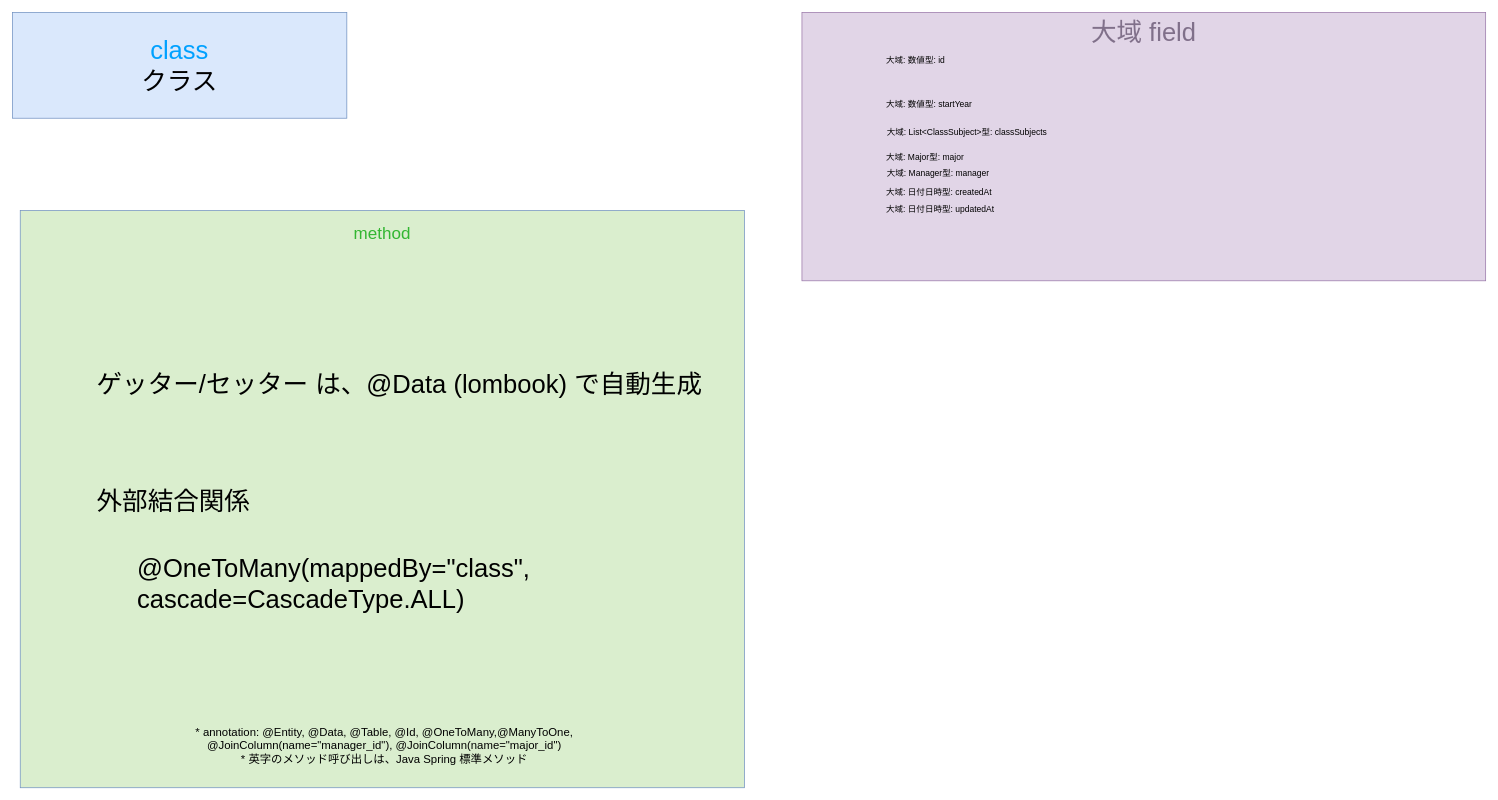
Before: gijigengo/model/entity/seiseki_manage_sys model_entity ClassEntity クラス 疑似言語.drawio in tro319/seiseki_manage_sys, a draw.io diagram. Source tidied: cells renumbered, new cells numbered last; positions are measured from the earlier drawing's top-left corner, leaving out a move shared by most shapes. Both pictures are drawn from the tidied source at 71%, with x=0, y=0 at pixel (12, 12).
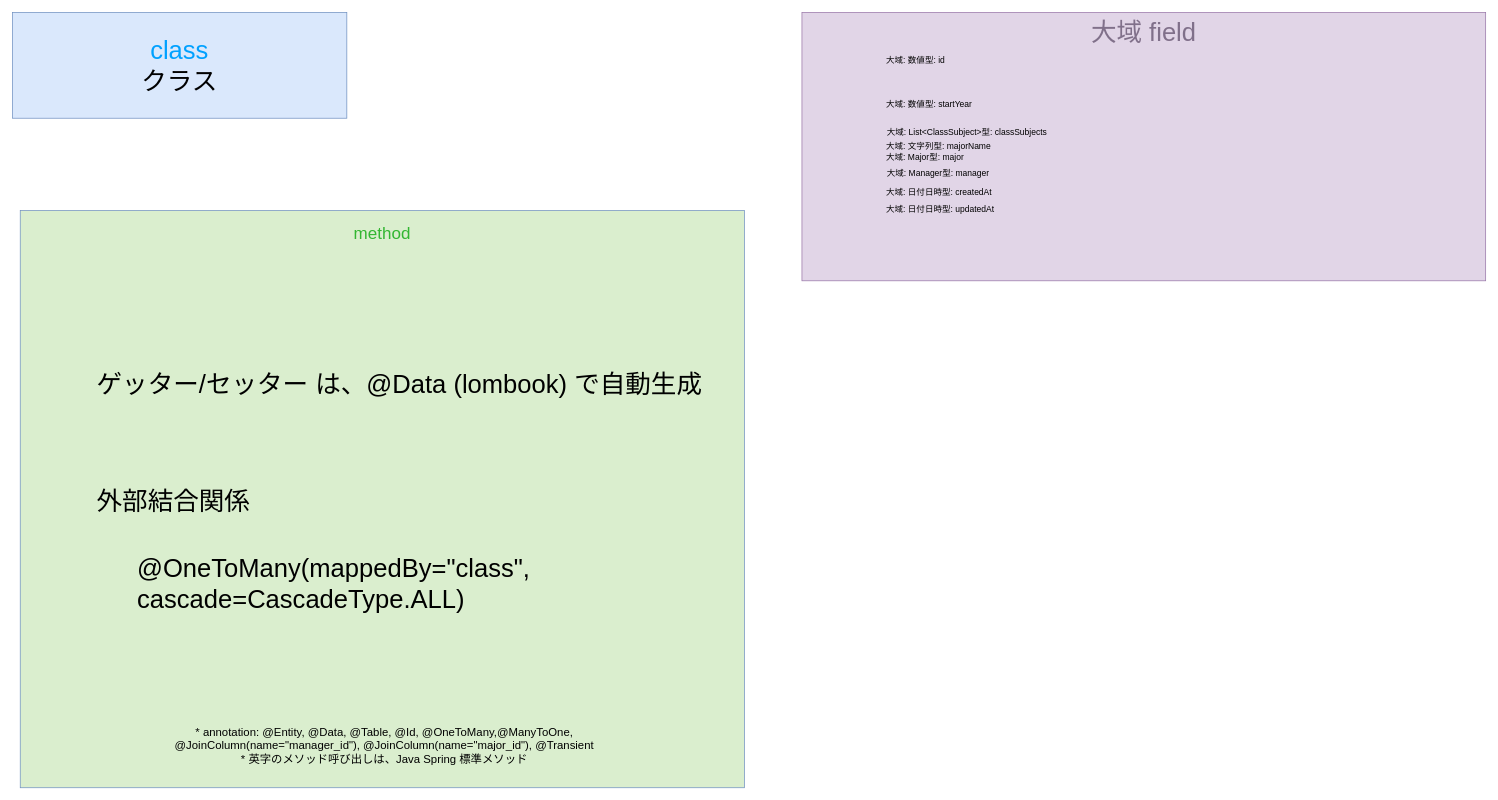
After the change.

Diff of the diagram source:
```diff
@@
 <mxGraphModel>
   <root>
     <mxCell id="0" />
     <mxCell id="1" parent="0" />
     <mxCell id="2" value="&lt;div&gt;&lt;span style=&quot;color: rgb(0, 161, 255);&quot;&gt;class&lt;/span&gt;&lt;/div&gt;&lt;div&gt;クラス&lt;/div&gt;" style="text;html=1;whiteSpace=wrap;strokeColor=#6c8ebf;fillColor=#dae8fc;align=center;verticalAlign=middle;rounded=0;fontSize=36;" parent="1" vertex="1">
       <mxGeometry width="471" height="149" as="geometry" />
     </mxCell>
     <mxCell id="3" value="&lt;div&gt;&lt;font style=&quot;font-size: 24px;&quot;&gt;&lt;span style=&quot;color: rgb(50, 182, 49);&quot;&gt;&lt;span style=&quot;&quot;&gt;&lt;span style=&quot;&quot;&gt;&lt;span&gt;method&lt;/span&gt;&lt;/span&gt;&lt;/span&gt;&lt;/span&gt;&lt;/font&gt;&lt;/div&gt;&lt;div&gt;&lt;font style=&quot;font-size: 24px;&quot;&gt;&lt;span style=&quot;color: rgba(0, 0, 0, 0);&quot;&gt;&lt;span style=&quot;color: rgba(0, 0, 0, 0);&quot;&gt;&lt;span style=&quot;&quot;&gt;&lt;span style=&quot;&quot;&gt;&lt;br&gt;&lt;/span&gt;&lt;/span&gt;&lt;/span&gt;&lt;/span&gt;&lt;/font&gt;&lt;/div&gt;" style="text;html=1;whiteSpace=wrap;strokeColor=#6c8ebf;fillColor=light-dark(#daeece, #214210);align=center;verticalAlign=top;rounded=0;fontSize=36;fontColor=#00A1FF;" parent="1" vertex="1">
       <mxGeometry x="11" y="279" width="1020" height="813" as="geometry" />
     </mxCell>
     <mxCell id="4" value="ゲッター/セッター は、@Data (lombook) で自動生成" style="text;html=1;whiteSpace=wrap;strokeColor=none;fillColor=none;align=left;verticalAlign=middle;rounded=0;fontSize=36;" parent="1" vertex="1">
       <mxGeometry x="116.8" y="508" width="854.5" height="30" as="geometry" />
     </mxCell>
-    <mxCell id="5" value="&lt;div&gt;&lt;br&gt;&lt;/div&gt;&lt;div&gt;&lt;span&gt;&lt;span&gt;&lt;span style=&quot;color: rgb(0, 0, 0);&quot;&gt;&lt;font style=&quot;font-size: 16px;&quot;&gt;* annotation: @Entity,&amp;nbsp;&lt;/font&gt;&lt;/span&gt;&lt;span style=&quot;color: rgb(0, 0, 0);&quot;&gt;&lt;font style=&quot;font-size: 16px;&quot;&gt;@Data, @Table, @Id, @OneToMany,@ManyToOne, @JoinColumn(name=&quot;manager_id&quot;), @JoinColumn(name=&quot;major_id&quot;)&lt;/font&gt;&lt;/span&gt;&lt;/span&gt;&lt;/span&gt;&lt;/div&gt;&lt;div&gt;&lt;span&gt;&lt;span&gt;&lt;span style=&quot;color: rgb(0, 0, 0);&quot;&gt;&lt;font style=&quot;font-size: 16px;&quot;&gt;* 英字のメソッド呼び出しは、Java Spring 標準メソッド&lt;/font&gt;&lt;/span&gt;&lt;/span&gt;&lt;/span&gt;&lt;/div&gt;" style="text;html=1;whiteSpace=wrap;strokeColor=none;fillColor=none;align=center;verticalAlign=middle;rounded=0;" parent="1" vertex="1">
+    <mxCell id="5" value="&lt;div&gt;&lt;br&gt;&lt;/div&gt;&lt;div&gt;&lt;span&gt;&lt;span&gt;&lt;span style=&quot;color: rgb(0, 0, 0);&quot;&gt;&lt;font style=&quot;font-size: 16px;&quot;&gt;* annotation: @Entity,&amp;nbsp;&lt;/font&gt;&lt;/span&gt;&lt;span style=&quot;color: rgb(0, 0, 0);&quot;&gt;&lt;font style=&quot;font-size: 16px;&quot;&gt;@Data, @Table, @Id, @OneToMany,@ManyToOne, @JoinColumn(name=&quot;manager_id&quot;), @JoinColumn(name=&quot;major_id&quot;), @Transient&lt;/font&gt;&lt;/span&gt;&lt;/span&gt;&lt;/span&gt;&lt;/div&gt;&lt;div&gt;&lt;span&gt;&lt;span&gt;&lt;span style=&quot;color: rgb(0, 0, 0);&quot;&gt;&lt;font style=&quot;font-size: 16px;&quot;&gt;* 英字のメソッド呼び出しは、Java Spring 標準メソッド&lt;/font&gt;&lt;/span&gt;&lt;/span&gt;&lt;/span&gt;&lt;/div&gt;" style="text;html=1;whiteSpace=wrap;strokeColor=none;fillColor=none;align=center;verticalAlign=middle;rounded=0;" parent="1" vertex="1">
       <mxGeometry x="164" y="1010" width="720" height="30" as="geometry" />
     </mxCell>
     <mxCell id="6" value="&lt;font&gt;大域 field&lt;/font&gt;" style="rounded=0;whiteSpace=wrap;html=1;fillColor=#e1d5e7;strokeColor=#9673a6;verticalAlign=top;fontSize=36;fontColor=#80708A;" parent="1" vertex="1">
       <mxGeometry x="1112" width="963" height="378" as="geometry" />
     </mxCell>
     <mxCell id="7" value="大域: 数値型: id" style="text;html=1;whiteSpace=wrap;strokeColor=none;fillColor=none;align=left;verticalAlign=middle;rounded=0;fontSize=12;" parent="1" vertex="1">
       <mxGeometry x="1229" y="53" width="590" height="30" as="geometry" />
     </mxCell>
     <mxCell id="8" value="大域: 日付日時型: createdAt" style="text;html=1;whiteSpace=wrap;strokeColor=none;fillColor=none;align=left;verticalAlign=middle;rounded=0;fontSize=12;" parent="1" vertex="1">
       <mxGeometry x="1229" y="239" width="590" height="30" as="geometry" />
     </mxCell>
     <mxCell id="9" value="大域: 日付日時型: updatedAt" style="text;html=1;whiteSpace=wrap;strokeColor=none;fillColor=none;align=left;verticalAlign=middle;rounded=0;fontSize=12;" parent="1" vertex="1">
       <mxGeometry x="1229" y="263" width="590" height="30" as="geometry" />
     </mxCell>
     <mxCell id="10" value="&lt;div&gt;@OneToMany(mappedBy=&quot;class&quot;, cascade=CascadeType.ALL)&lt;/div&gt;" style="text;html=1;whiteSpace=wrap;strokeColor=none;fillColor=none;align=left;verticalAlign=middle;rounded=0;fontSize=36;" parent="1" vertex="1">
       <mxGeometry x="174" y="699" width="854.5" height="212" as="geometry" />
     </mxCell>
     <mxCell id="11" value="大域: List&amp;lt;ClassSubject&amp;gt;型: classSubjects" style="text;html=1;whiteSpace=wrap;strokeColor=none;fillColor=none;align=left;verticalAlign=middle;rounded=0;fontSize=12;" parent="1" vertex="1">
       <mxGeometry x="1230" y="154" width="590" height="30" as="geometry" />
     </mxCell>
     <mxCell id="12" value="外部結合関係" style="text;html=1;whiteSpace=wrap;strokeColor=none;fillColor=none;align=left;verticalAlign=middle;rounded=0;fontSize=36;" parent="1" vertex="1">
       <mxGeometry x="116.8" y="674" width="854.5" height="30" as="geometry" />
     </mxCell>
     <mxCell id="13" value="大域: Manager型: manager" style="text;html=1;whiteSpace=wrap;strokeColor=none;fillColor=none;align=left;verticalAlign=middle;rounded=0;fontSize=12;" parent="1" vertex="1">
       <mxGeometry x="1230" y="212" width="590" height="30" as="geometry" />
     </mxCell>
     <mxCell id="14" value="大域: 数値型: startYear" style="text;html=1;whiteSpace=wrap;strokeColor=none;fillColor=none;align=left;verticalAlign=middle;rounded=0;fontSize=12;" parent="1" vertex="1">
       <mxGeometry x="1229" y="115" width="590" height="30" as="geometry" />
     </mxCell>
     <mxCell id="15" value="大域: Major型: major" style="text;html=1;whiteSpace=wrap;strokeColor=none;fillColor=none;align=left;verticalAlign=middle;rounded=0;fontSize=12;" parent="1" vertex="1">
       <mxGeometry x="1229" y="190" width="590" height="30" as="geometry" />
     </mxCell>
+    <mxCell id="16" value="大域: 文字列型: majorName" style="text;html=1;whiteSpace=wrap;strokeColor=none;fillColor=none;align=left;verticalAlign=middle;rounded=0;fontSize=12;" parent="1" vertex="1">
+      <mxGeometry x="1229" y="174" width="590" height="30" as="geometry" />
+    </mxCell>
   </root>
 </mxGraphModel>
```
